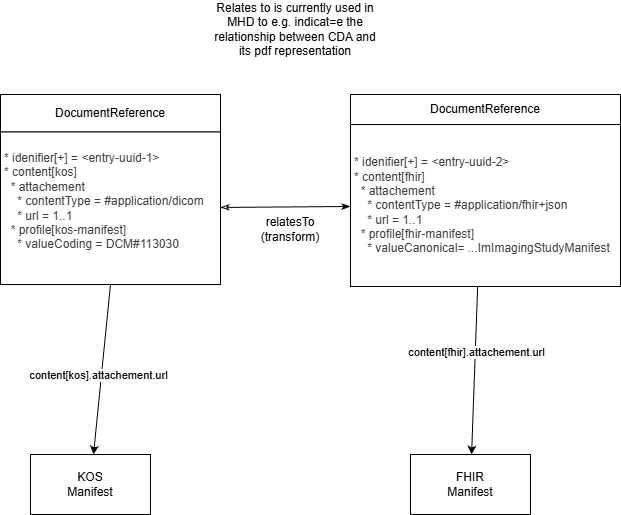
Earlier version of the draw.io export input/images/manifest-envelop.drawio.png (bvdh/bvdh-ihe-mado). Source tidied: cells renumbered, new cells last; positions are measured from the earlier drawing's top-left corner, leaving out a move shared by most shapes. Its diagram source:
```xml
<mxGraphModel>
  <root>
    <mxCell id="0" />
    <mxCell id="1" parent="0" />
    <mxCell id="2" style="group;" parent="1" vertex="1">
      <mxGeometry y="80" width="220" height="300" as="geometry" />
    </mxCell>
    <mxCell id="3" value="DocumentReference" style="whiteSpace=wrap;html=1;" parent="2" vertex="1">
      <mxGeometry width="220" height="37.5" as="geometry" />
    </mxCell>
    <mxCell id="4" value="&lt;span style=&quot;background-color: transparent; scrollbar-color: rgb(226, 226, 226) rgb(251, 251, 251); color: rgb(63, 63, 63);&quot;&gt;&lt;div style=&quot;&quot;&gt;&lt;span style=&quot;scrollbar-color: rgb(226, 226, 226) rgb(251, 251, 251); color: rgb(63, 63, 63);&quot;&gt;&lt;div style=&quot;&quot;&gt;&lt;div&gt;&lt;span style=&quot;color: rgb(63, 63, 63); background-color: transparent;&quot;&gt;* idenifier[+] = &amp;lt;entry-uuid-1&amp;gt;&lt;/span&gt;&lt;/div&gt;&lt;div&gt;&lt;span style=&quot;color: rgb(63, 63, 63); background-color: transparent;&quot;&gt;* content[kos]&lt;/span&gt;&lt;/div&gt;&lt;div&gt;&amp;nbsp; * attachement&lt;/div&gt;&lt;div&gt;&amp;nbsp; &amp;nbsp; * contentType = #application/dicom&lt;/div&gt;&lt;div&gt;&amp;nbsp; &amp;nbsp; * url = 1..1&lt;/div&gt;&lt;div&gt;&amp;nbsp; * profile[kos-manifest]&lt;/div&gt;&lt;div&gt;&amp;nbsp; &amp;nbsp; * valueCoding = DCM#113030&lt;/div&gt;&lt;div&gt;&lt;br&gt;&lt;/div&gt;&lt;/div&gt;&lt;/span&gt;&lt;/div&gt;&lt;/span&gt;" style="whiteSpace=wrap;html=1;align=left;spacingLeft=2;" parent="2" vertex="1">
      <mxGeometry y="37.5" width="220" height="152.5" as="geometry" />
    </mxCell>
    <mxCell id="5" style="group;" parent="1" vertex="1">
      <mxGeometry x="350" y="80" width="270" height="240" as="geometry" />
    </mxCell>
    <mxCell id="6" value="DocumentReference" style="whiteSpace=wrap;html=1;" parent="5" vertex="1">
      <mxGeometry width="270" height="30" as="geometry" />
    </mxCell>
    <mxCell id="7" value="&lt;span style=&quot;background-color: transparent; scrollbar-color: rgb(226, 226, 226) rgb(251, 251, 251); color: rgb(63, 63, 63);&quot;&gt;&lt;div style=&quot;&quot;&gt;&lt;span style=&quot;scrollbar-color: rgb(226, 226, 226) rgb(251, 251, 251); color: rgb(63, 63, 63);&quot;&gt;&lt;div style=&quot;&quot;&gt;&lt;div&gt;&lt;span style=&quot;color: rgb(63, 63, 63); background-color: transparent;&quot;&gt;* idenifier[+] = &amp;lt;entry-uuid-2&amp;gt;&lt;/span&gt;&lt;/div&gt;&lt;div&gt;&lt;span style=&quot;background-color: transparent;&quot;&gt;* content[fhir]&lt;/span&gt;&lt;/div&gt;&lt;div&gt;&amp;nbsp; * attachement&lt;/div&gt;&lt;div&gt;&amp;nbsp; &amp;nbsp; * contentType = #application/fhir+json&lt;/div&gt;&lt;div&gt;&amp;nbsp; &amp;nbsp; * url = 1..1&lt;/div&gt;&lt;div&gt;&amp;nbsp; * profile[fhir-manifest]&lt;/div&gt;&lt;div&gt;&amp;nbsp; &amp;nbsp; * valueCanonical= ...ImImagingStudyManifest&lt;br&gt;&lt;/div&gt;&lt;/div&gt;&lt;/span&gt;&lt;/div&gt;&lt;/span&gt;" style="whiteSpace=wrap;html=1;align=left;spacingLeft=2;" parent="5" vertex="1">
      <mxGeometry y="30" width="270" height="162" as="geometry" />
    </mxCell>
    <mxCell id="8" value="KOS&lt;div&gt;Manifest&lt;/div&gt;" style="whiteSpace=wrap;html=1;" parent="1" vertex="1">
      <mxGeometry x="30" y="440" width="120" height="60" as="geometry" />
    </mxCell>
    <mxCell id="9" style="edgeStyle=none;html=1;exitX=0.5;exitY=1;exitDx=0;exitDy=0;" parent="1" edge="1" source="4" target="8">
      <mxGeometry relative="1" as="geometry" />
    </mxCell>
    <mxCell id="10" value="content[kos].attachement.url" style="edgeLabel;html=1;align=center;verticalAlign=middle;" parent="9" vertex="1">
      <mxGeometry x="0.07" y="-3" relative="1" as="geometry" />
    </mxCell>
    <mxCell id="11" value="FHIR&lt;div&gt;Manifest&lt;/div&gt;" style="whiteSpace=wrap;html=1;" parent="1" vertex="1">
      <mxGeometry x="410" y="440" width="120" height="60" as="geometry" />
    </mxCell>
    <mxCell id="12" style="edgeStyle=none;html=1;exitX=0.471;exitY=1;exitDx=0;exitDy=0;exitPerimeter=0;" parent="1" edge="1" source="7" target="11">
      <mxGeometry relative="1" as="geometry" />
    </mxCell>
    <mxCell id="13" value="&lt;span style=&quot;color: rgb(0, 0, 0);&quot;&gt;content[fhir].attachement.url&lt;/span&gt;" style="edgeLabel;html=1;align=center;verticalAlign=middle;" parent="12" vertex="1">
      <mxGeometry x="-0.22" y="1" relative="1" as="geometry" />
    </mxCell>
    <mxCell id="14" value="relatesTo (transform)" style="text;html=1;align=center;verticalAlign=middle;whiteSpace=wrap;rounded=0;" parent="1" vertex="1">
      <mxGeometry x="260" y="200" width="60" height="30" as="geometry" />
    </mxCell>
    <mxCell id="15" style="edgeStyle=none;html=1;endArrow=classicThin;endFill=0;startArrow=classicThin;startFill=1;" parent="1" edge="1" source="7" target="4">
      <mxGeometry relative="1" as="geometry" />
    </mxCell>
    <mxCell id="16" value="Relates to is currently used in MHD to e.g. indicat=e the relationship between CDA and its pdf representation" style="text;html=1;align=center;verticalAlign=middle;whiteSpace=wrap;rounded=0;" parent="1" vertex="1">
      <mxGeometry x="210" width="170" height="30" as="geometry" />
    </mxCell>
  </root>
</mxGraphModel>
```
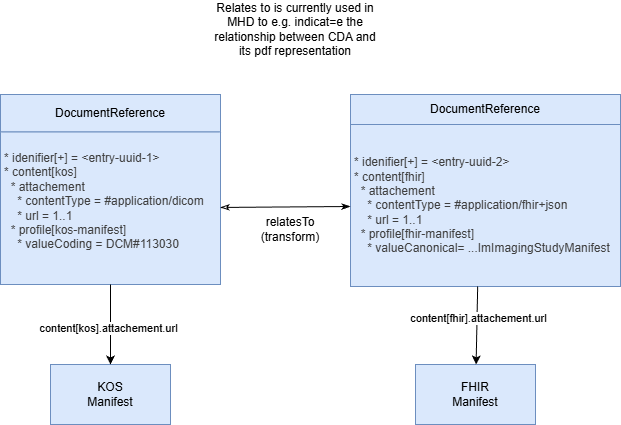
The same diagram one commit later.

Diff of the diagram source:
```diff
@@ -5,23 +5,23 @@
     <mxCell id="2" style="group;" parent="1" vertex="1">
       <mxGeometry y="80" width="220" height="300" as="geometry" />
     </mxCell>
-    <mxCell id="3" value="DocumentReference" style="whiteSpace=wrap;html=1;" parent="2" vertex="1">
+    <mxCell id="3" value="DocumentReference" style="whiteSpace=wrap;html=1;fillColor=#dae8fc;strokeColor=#6c8ebf;" parent="2" vertex="1">
       <mxGeometry width="220" height="37.5" as="geometry" />
     </mxCell>
-    <mxCell id="4" value="&lt;span style=&quot;background-color: transparent; scrollbar-color: rgb(226, 226, 226) rgb(251, 251, 251); color: rgb(63, 63, 63);&quot;&gt;&lt;div style=&quot;&quot;&gt;&lt;span style=&quot;scrollbar-color: rgb(226, 226, 226) rgb(251, 251, 251); color: rgb(63, 63, 63);&quot;&gt;&lt;div style=&quot;&quot;&gt;&lt;div&gt;&lt;span style=&quot;color: rgb(63, 63, 63); background-color: transparent;&quot;&gt;* idenifier[+] = &amp;lt;entry-uuid-1&amp;gt;&lt;/span&gt;&lt;/div&gt;&lt;div&gt;&lt;span style=&quot;color: rgb(63, 63, 63); background-color: transparent;&quot;&gt;* content[kos]&lt;/span&gt;&lt;/div&gt;&lt;div&gt;&amp;nbsp; * attachement&lt;/div&gt;&lt;div&gt;&amp;nbsp; &amp;nbsp; * contentType = #application/dicom&lt;/div&gt;&lt;div&gt;&amp;nbsp; &amp;nbsp; * url = 1..1&lt;/div&gt;&lt;div&gt;&amp;nbsp; * profile[kos-manifest]&lt;/div&gt;&lt;div&gt;&amp;nbsp; &amp;nbsp; * valueCoding = DCM#113030&lt;/div&gt;&lt;div&gt;&lt;br&gt;&lt;/div&gt;&lt;/div&gt;&lt;/span&gt;&lt;/div&gt;&lt;/span&gt;" style="whiteSpace=wrap;html=1;align=left;spacingLeft=2;" parent="2" vertex="1">
+    <mxCell id="4" value="&lt;span style=&quot;background-color: transparent; scrollbar-color: rgb(226, 226, 226) rgb(251, 251, 251); color: rgb(63, 63, 63);&quot;&gt;&lt;div style=&quot;&quot;&gt;&lt;span style=&quot;scrollbar-color: rgb(226, 226, 226) rgb(251, 251, 251); color: rgb(63, 63, 63);&quot;&gt;&lt;div style=&quot;&quot;&gt;&lt;div&gt;&lt;span style=&quot;color: rgb(63, 63, 63); background-color: transparent;&quot;&gt;* idenifier[+] = &amp;lt;entry-uuid-1&amp;gt;&lt;/span&gt;&lt;/div&gt;&lt;div&gt;&lt;span style=&quot;color: rgb(63, 63, 63); background-color: transparent;&quot;&gt;* content[kos]&lt;/span&gt;&lt;/div&gt;&lt;div&gt;&amp;nbsp; * attachement&lt;/div&gt;&lt;div&gt;&amp;nbsp; &amp;nbsp; * contentType = #application/dicom&lt;/div&gt;&lt;div&gt;&amp;nbsp; &amp;nbsp; * url = 1..1&lt;/div&gt;&lt;div&gt;&amp;nbsp; * profile[kos-manifest]&lt;/div&gt;&lt;div&gt;&amp;nbsp; &amp;nbsp; * valueCoding = DCM#113030&lt;/div&gt;&lt;div&gt;&lt;br&gt;&lt;/div&gt;&lt;/div&gt;&lt;/span&gt;&lt;/div&gt;&lt;/span&gt;" style="whiteSpace=wrap;html=1;align=left;spacingLeft=2;fillColor=#dae8fc;strokeColor=#6c8ebf;" parent="2" vertex="1">
       <mxGeometry y="37.5" width="220" height="152.5" as="geometry" />
     </mxCell>
     <mxCell id="5" style="group;" parent="1" vertex="1">
       <mxGeometry x="350" y="80" width="270" height="240" as="geometry" />
     </mxCell>
-    <mxCell id="6" value="DocumentReference" style="whiteSpace=wrap;html=1;" parent="5" vertex="1">
+    <mxCell id="6" value="DocumentReference" style="whiteSpace=wrap;html=1;fillColor=#dae8fc;strokeColor=#6c8ebf;" parent="5" vertex="1">
       <mxGeometry width="270" height="30" as="geometry" />
     </mxCell>
-    <mxCell id="7" value="&lt;span style=&quot;background-color: transparent; scrollbar-color: rgb(226, 226, 226) rgb(251, 251, 251); color: rgb(63, 63, 63);&quot;&gt;&lt;div style=&quot;&quot;&gt;&lt;span style=&quot;scrollbar-color: rgb(226, 226, 226) rgb(251, 251, 251); color: rgb(63, 63, 63);&quot;&gt;&lt;div style=&quot;&quot;&gt;&lt;div&gt;&lt;span style=&quot;color: rgb(63, 63, 63); background-color: transparent;&quot;&gt;* idenifier[+] = &amp;lt;entry-uuid-2&amp;gt;&lt;/span&gt;&lt;/div&gt;&lt;div&gt;&lt;span style=&quot;background-color: transparent;&quot;&gt;* content[fhir]&lt;/span&gt;&lt;/div&gt;&lt;div&gt;&amp;nbsp; * attachement&lt;/div&gt;&lt;div&gt;&amp;nbsp; &amp;nbsp; * contentType = #application/fhir+json&lt;/div&gt;&lt;div&gt;&amp;nbsp; &amp;nbsp; * url = 1..1&lt;/div&gt;&lt;div&gt;&amp;nbsp; * profile[fhir-manifest]&lt;/div&gt;&lt;div&gt;&amp;nbsp; &amp;nbsp; * valueCanonical= ...ImImagingStudyManifest&lt;br&gt;&lt;/div&gt;&lt;/div&gt;&lt;/span&gt;&lt;/div&gt;&lt;/span&gt;" style="whiteSpace=wrap;html=1;align=left;spacingLeft=2;" parent="5" vertex="1">
+    <mxCell id="7" value="&lt;span style=&quot;background-color: transparent; scrollbar-color: rgb(226, 226, 226) rgb(251, 251, 251); color: rgb(63, 63, 63);&quot;&gt;&lt;div style=&quot;&quot;&gt;&lt;span style=&quot;scrollbar-color: rgb(226, 226, 226) rgb(251, 251, 251); color: rgb(63, 63, 63);&quot;&gt;&lt;div style=&quot;&quot;&gt;&lt;div&gt;&lt;span style=&quot;color: rgb(63, 63, 63); background-color: transparent;&quot;&gt;* idenifier[+] = &amp;lt;entry-uuid-2&amp;gt;&lt;/span&gt;&lt;/div&gt;&lt;div&gt;&lt;span style=&quot;background-color: transparent;&quot;&gt;* content[fhir]&lt;/span&gt;&lt;/div&gt;&lt;div&gt;&amp;nbsp; * attachement&lt;/div&gt;&lt;div&gt;&amp;nbsp; &amp;nbsp; * contentType = #application/fhir+json&lt;/div&gt;&lt;div&gt;&amp;nbsp; &amp;nbsp; * url = 1..1&lt;/div&gt;&lt;div&gt;&amp;nbsp; * profile[fhir-manifest]&lt;/div&gt;&lt;div&gt;&amp;nbsp; &amp;nbsp; * valueCanonical= ...ImImagingStudyManifest&lt;br&gt;&lt;/div&gt;&lt;/div&gt;&lt;/span&gt;&lt;/div&gt;&lt;/span&gt;" style="whiteSpace=wrap;html=1;align=left;spacingLeft=2;fillColor=#dae8fc;strokeColor=#6c8ebf;" parent="5" vertex="1">
       <mxGeometry y="30" width="270" height="162" as="geometry" />
     </mxCell>
-    <mxCell id="8" value="KOS&lt;div&gt;Manifest&lt;/div&gt;" style="whiteSpace=wrap;html=1;" parent="1" vertex="1">
-      <mxGeometry x="30" y="440" width="120" height="60" as="geometry" />
+    <mxCell id="8" value="KOS&lt;div&gt;Manifest&lt;/div&gt;" style="whiteSpace=wrap;html=1;fillColor=#dae8fc;strokeColor=#6c8ebf;" parent="1" vertex="1">
+      <mxGeometry x="50" y="350" width="120" height="60" as="geometry" />
     </mxCell>
     <mxCell id="9" style="edgeStyle=none;html=1;exitX=0.5;exitY=1;exitDx=0;exitDy=0;" parent="1" edge="1" source="4" target="8">
       <mxGeometry relative="1" as="geometry" />
@@ -29,8 +29,8 @@
     <mxCell id="10" value="content[kos].attachement.url" style="edgeLabel;html=1;align=center;verticalAlign=middle;" parent="9" vertex="1">
       <mxGeometry x="0.07" y="-3" relative="1" as="geometry" />
     </mxCell>
-    <mxCell id="11" value="FHIR&lt;div&gt;Manifest&lt;/div&gt;" style="whiteSpace=wrap;html=1;" parent="1" vertex="1">
-      <mxGeometry x="410" y="440" width="120" height="60" as="geometry" />
+    <mxCell id="11" value="FHIR&lt;div&gt;Manifest&lt;/div&gt;" style="whiteSpace=wrap;html=1;fillColor=#dae8fc;strokeColor=#6c8ebf;" parent="1" vertex="1">
+      <mxGeometry x="415" y="350" width="120" height="60" as="geometry" />
     </mxCell>
     <mxCell id="12" style="edgeStyle=none;html=1;exitX=0.471;exitY=1;exitDx=0;exitDy=0;exitPerimeter=0;" parent="1" edge="1" source="7" target="11">
       <mxGeometry relative="1" as="geometry" />
```
